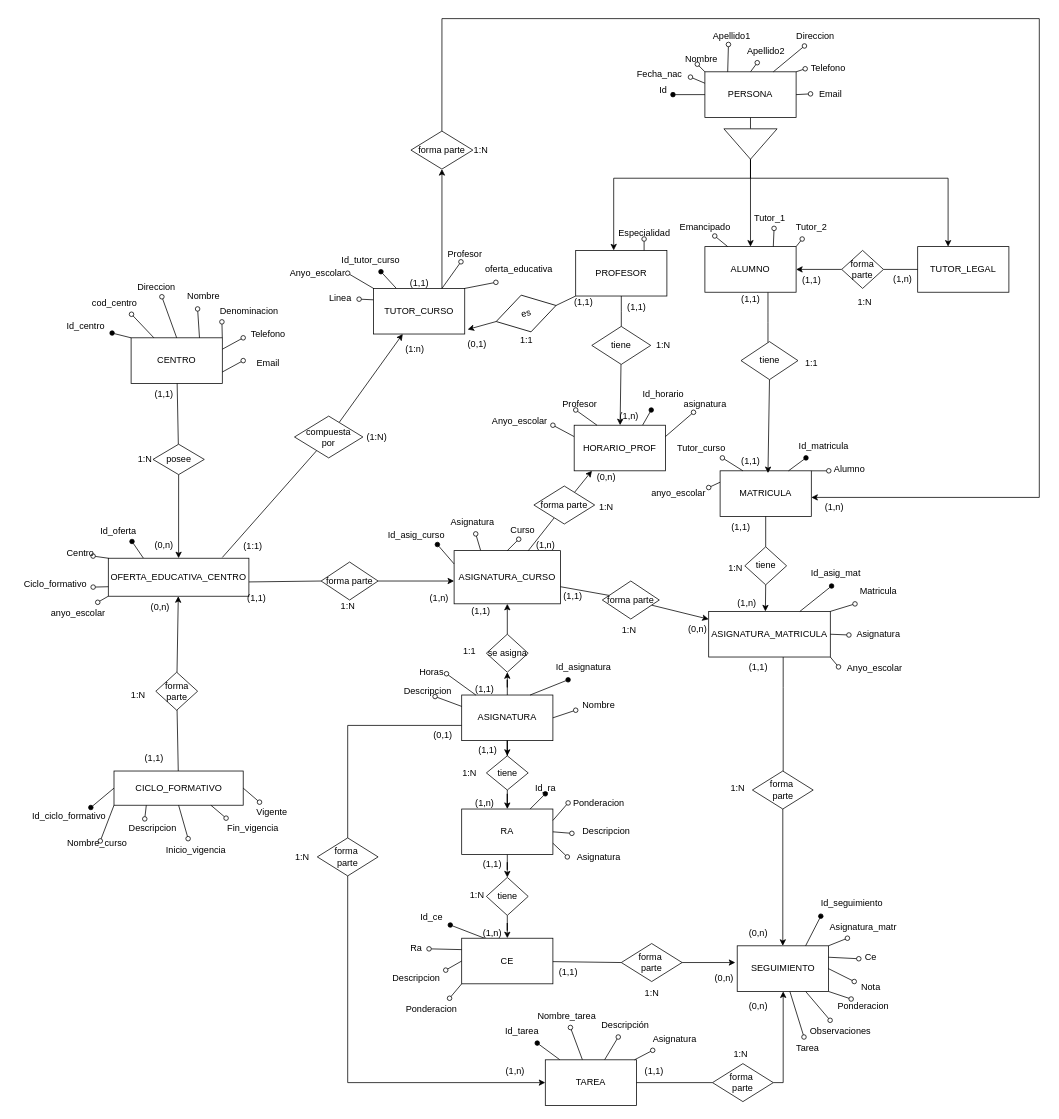
Before: SENECA.drawio in Raquelfefer/SENECA, a draw.io diagram. Source tidied: cells renumbered, new cells numbered last; positions are measured from the earlier drawing's top-left corner, leaving out a move shared by most shapes. Both pictures are drawn from the tidied source at 76%, with x=0, y=0 at pixel (13, 18).
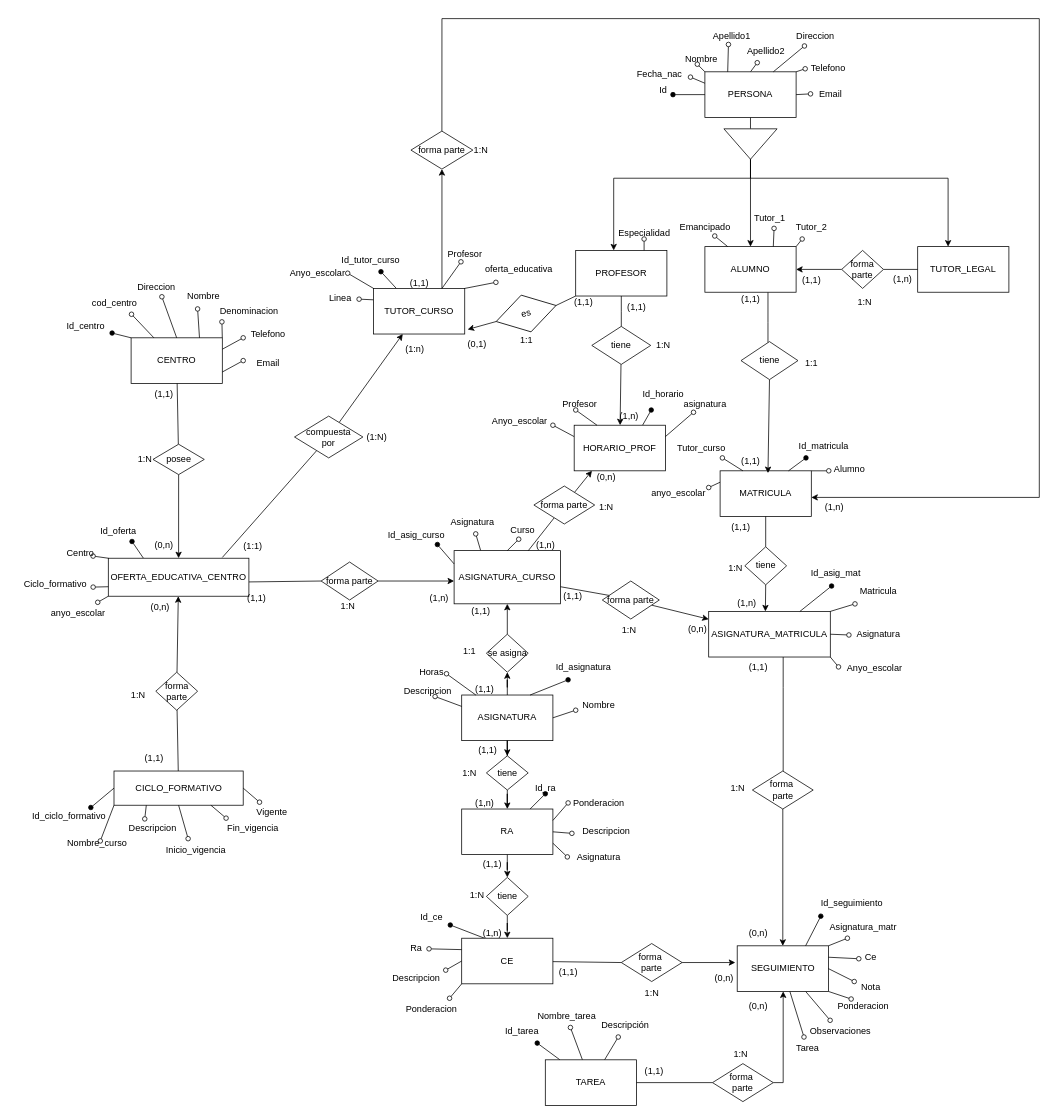
After the change.

Unchanged cells that the change refers to:
```xml
<mxCell id="27" value="ASIGNATURA" style="rounded=0;whiteSpace=wrap;html=1;" parent="1" vertex="1">
  <mxGeometry x="590" y="890" width="120" height="60" as="geometry" />
</mxCell>
<mxCell id="40" value="TAREA" style="rounded=0;whiteSpace=wrap;html=1;" parent="1" vertex="1">
  <mxGeometry x="700" y="1370" width="120" height="60" as="geometry" />
</mxCell>
```

What changed in the source:
```diff
@@
-    <mxCell id="39" style="edgeStyle=orthogonalEdgeStyle;rounded=0;jettySize=auto;html=1;endArrow=none;startFill=0;startArrow=none;" parent="1" edge="1" source="280" target="27">
-      <mxGeometry relative="1" as="geometry">
-        <Array as="points">
-          <mxPoint x="440" y="930" />
-        </Array>
-      </mxGeometry>
-    </mxCell>
@@
-    <mxCell id="279" style="edgeStyle=orthogonalEdgeStyle;rounded=0;jettySize=auto;html=1;endArrow=none;startFill=1;startArrow=classic;" parent="1" edge="1" source="40" target="280">
-      <mxGeometry relative="1" as="geometry">
-        <Array as="points">
-          <mxPoint x="440" y="1400" />
-        </Array>
-      </mxGeometry>
-    </mxCell>
-    <mxCell id="280" value="forma&amp;nbsp;&lt;div&gt;parte&lt;/div&gt;" style="rhombus;whiteSpace=wrap;html=1;" parent="1" vertex="1">
-      <mxGeometry x="400" y="1078" width="80" height="50" as="geometry" />
-    </mxCell>
-    <mxCell id="281" style="rounded=0;jettySize=auto;html=1;endArrow=oval;endFill=0;" parent="1" edge="1" source="40" target="282">
-      <mxGeometry relative="1" as="geometry" />
-    </mxCell>
-    <mxCell id="282" value="Asignatura" style="text;html=1;align=center;verticalAlign=middle;points=[];strokeColor=none;fillColor=none;" parent="1" vertex="1">
-      <mxGeometry x="830" y="1327.5" width="80" height="30" as="geometry" />
-    </mxCell>
-    <mxCell id="283" value="1:N" style="text;html=1;align=center;verticalAlign=middle;strokeColor=none;fillColor=none;" parent="1" vertex="1">
-      <mxGeometry x="360" y="1088" width="40" height="30" as="geometry" />
-    </mxCell>
-    <mxCell id="284" value="(0,1)" style="text;html=1;align=center;verticalAlign=middle;strokeColor=none;fillColor=none;" parent="1" vertex="1">
-      <mxGeometry x="540" y="928" width="50" height="30" as="geometry" />
-    </mxCell>
-    <mxCell id="285" value="(1,n)" style="text;html=1;align=center;verticalAlign=middle;strokeColor=none;fillColor=none;" parent="1" vertex="1">
-      <mxGeometry x="635" y="1370" width="50" height="30" as="geometry" />
-    </mxCell>
```
